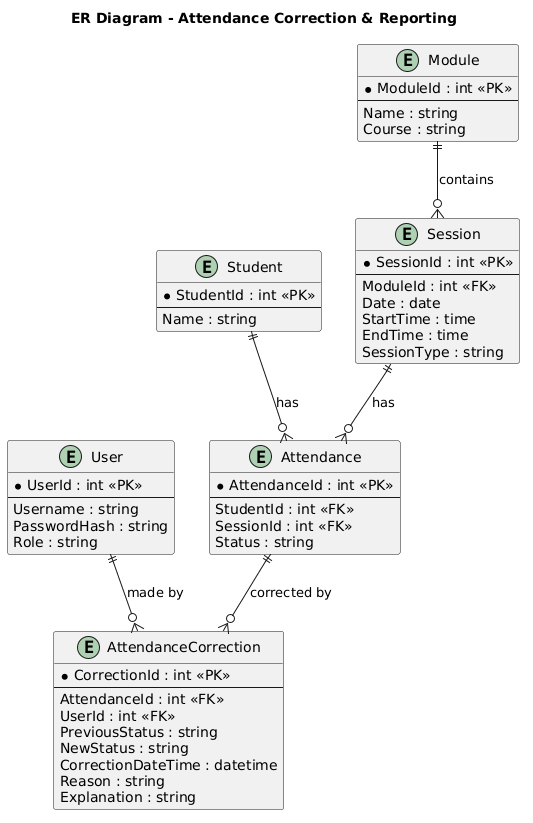
Shelly855/attendance-monitoring-copy keeps this PlantUML diagram as out/diagrams/er-diagram/AttendanceMonitoringSystemERDiagram.png. Above is the earlier version.
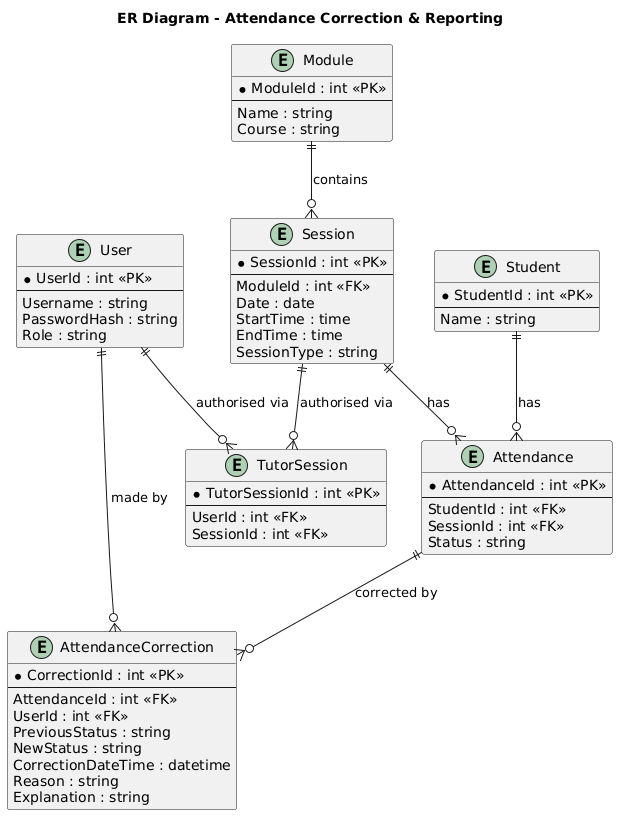
The same file after the commit.

Change to the diagram source:
```diff
@@ -52,9 +52,18 @@
   Explanation : string
 }
 
+entity "TutorSession" as TutorSession {
+  * TutorSessionId : int <<PK>>
+  --
+  UserId : int <<FK>>
+  SessionId : int <<FK>>
+}
+
 Module ||--o{ Session : contains
 Student ||--o{ Attendance : has
 Session ||--o{ Attendance : has
 Attendance ||--o{ AttendanceCorrection : "corrected by"
 User ||--o{ AttendanceCorrection : "made by"
+User ||--o{ TutorSession : "authorised via"
+Session ||--o{ TutorSession : "authorised via"
 @enduml
```
